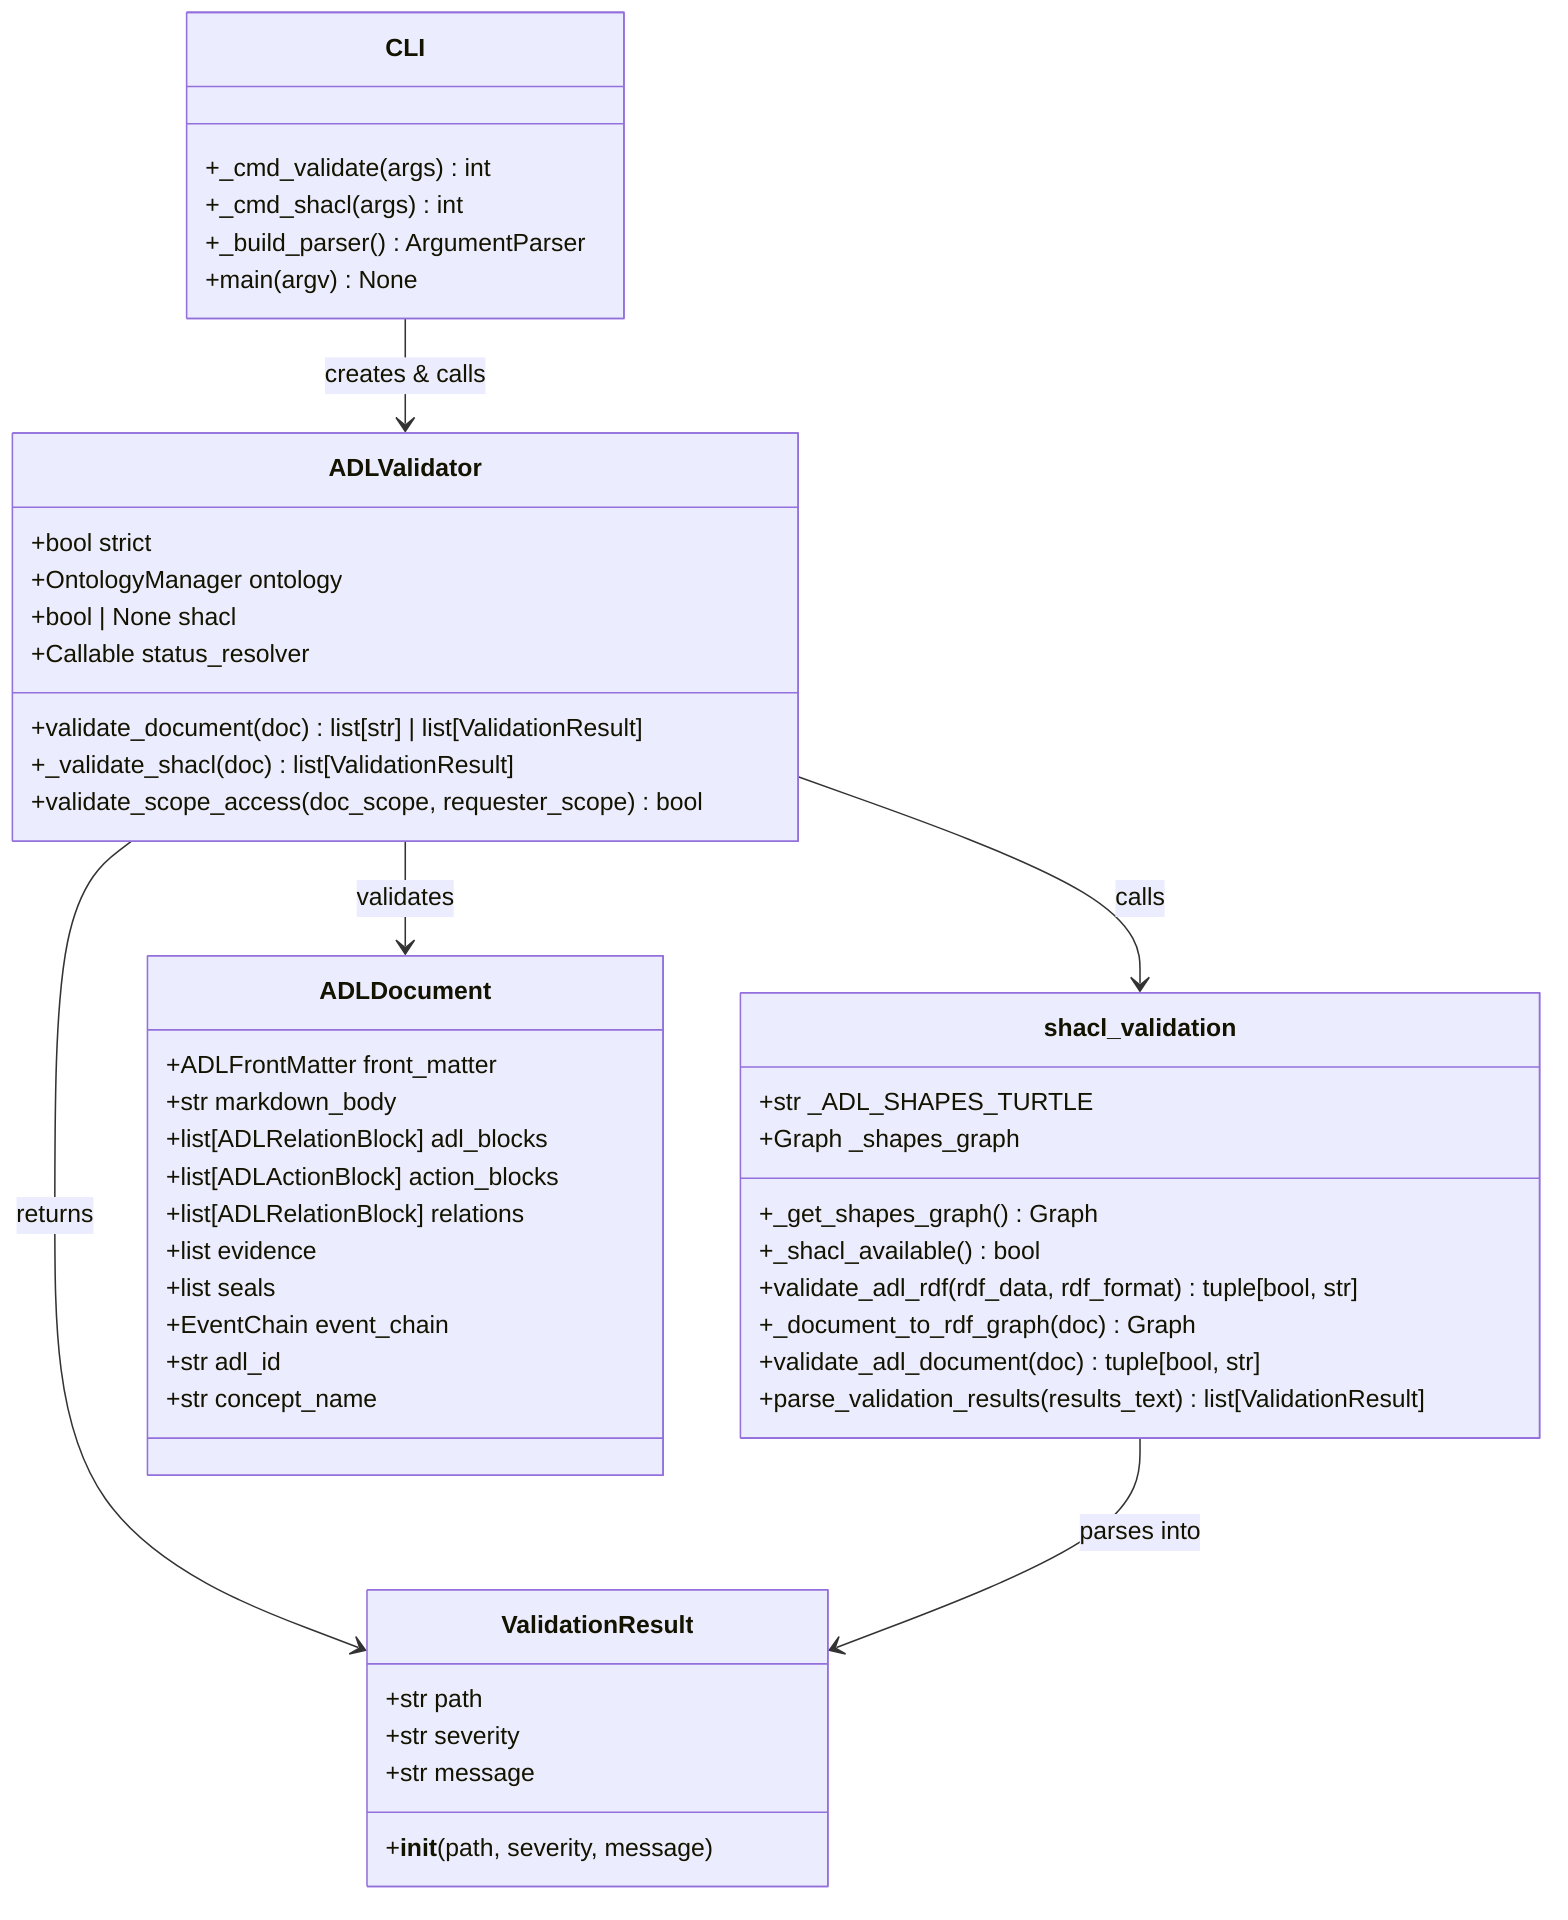
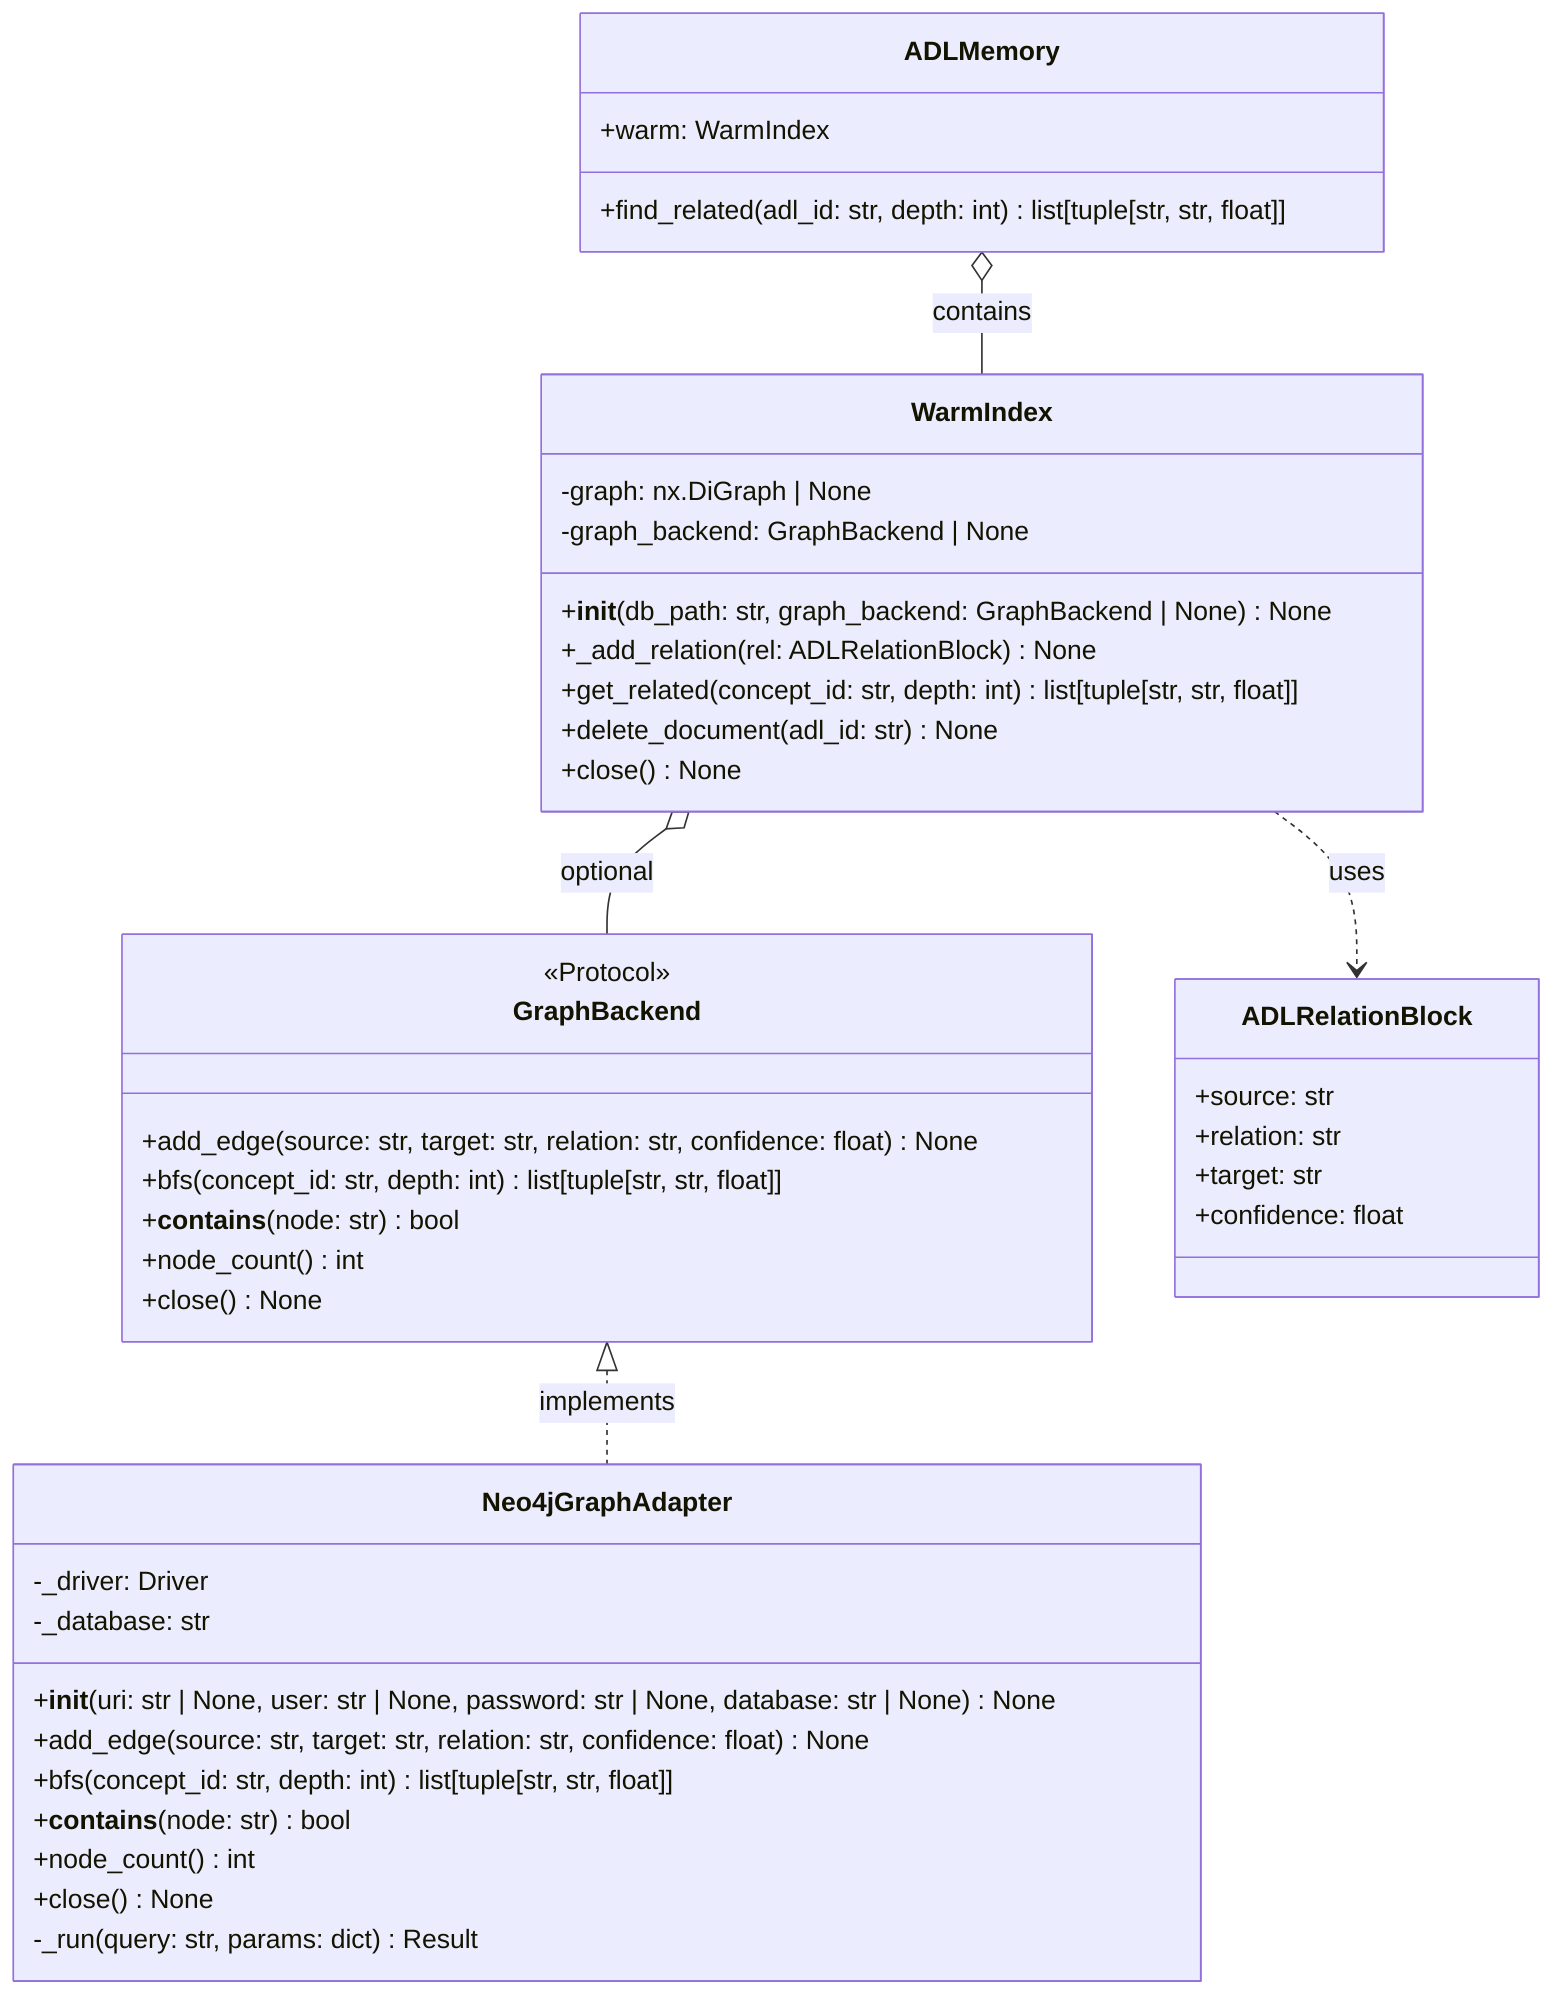
classDiagram
-     class ValidationResult {
-         +str path
-         +str severity
-         +str message
-         +__init__(path, severity, message)
+     class GraphBackend {
+         <<Protocol>>
+         +add_edge(source: str, target: str, relation: str, confidence: float) None
+         +bfs(concept_id: str, depth: int) list[tuple[str, str, float]]
+         +__contains__(node: str) bool
+         +node_count() int
+         +close() None
    }

-     class ADLValidator {
-         +bool strict
-         +OntologyManager ontology
-         +bool | None shacl
-         +Callable status_resolver
-         +validate_document(doc) list[str] | list[ValidationResult]
-         +_validate_shacl(doc) list[ValidationResult]
-         +validate_scope_access(doc_scope, requester_scope) bool
+     class Neo4jGraphAdapter {
+         -_driver: Driver
+         -_database: str
+         +__init__(uri: str | None, user: str | None, password: str | None, database: str | None) None
+         +add_edge(source: str, target: str, relation: str, confidence: float) None
+         +bfs(concept_id: str, depth: int) list[tuple[str, str, float]]
+         +__contains__(node: str) bool
+         +node_count() int
+         +close() None
+         -_run(query: str, params: dict) Result
    }

-     class shacl_validation {
-         +str _ADL_SHAPES_TURTLE
-         +Graph _shapes_graph
-         +_get_shapes_graph() Graph
-         +_shacl_available() bool
-         +validate_adl_rdf(rdf_data, rdf_format) tuple[bool, str]
-         +_document_to_rdf_graph(doc) Graph
-         +validate_adl_document(doc) tuple[bool, str]
-         +parse_validation_results(results_text) list[ValidationResult]
+     class WarmIndex {
+         -graph: nx.DiGraph | None
+         -graph_backend: GraphBackend | None
+         +__init__(db_path: str, graph_backend: GraphBackend | None) None
+         +_add_relation(rel: ADLRelationBlock) None
+         +get_related(concept_id: str, depth: int) list[tuple[str, str, float]]
+         +delete_document(adl_id: str) None
+         +close() None
    }

-     class ADLDocument {
-         +ADLFrontMatter front_matter
-         +str markdown_body
-         +list[ADLRelationBlock] adl_blocks
-         +list[ADLActionBlock] action_blocks
-         +list[ADLRelationBlock] relations
-         +list evidence
-         +list seals
-         +EventChain event_chain
-         +str adl_id
-         +str concept_name
+     class ADLRelationBlock {
+         +source: str
+         +relation: str
+         +target: str
+         +confidence: float
    }

-     class CLI {
-         +_cmd_validate(args) int
-         +_cmd_shacl(args) int
-         +_build_parser() ArgumentParser
-         +main(argv) None
+     class ADLMemory {
+         +warm: WarmIndex
+         +find_related(adl_id: str, depth: int) list[tuple[str, str, float]]
    }

-     ADLValidator --> ValidationResult : returns
-     ADLValidator --> shacl_validation : calls
-     ADLValidator --> ADLDocument : validates
-     CLI --> ADLValidator : creates & calls
-     shacl_validation --> ValidationResult : parses into
+     GraphBackend <|.. Neo4jGraphAdapter : implements
+     WarmIndex o-- GraphBackend : optional
+     WarmIndex ..> ADLRelationBlock : uses
+     ADLMemory o-- WarmIndex : contains
